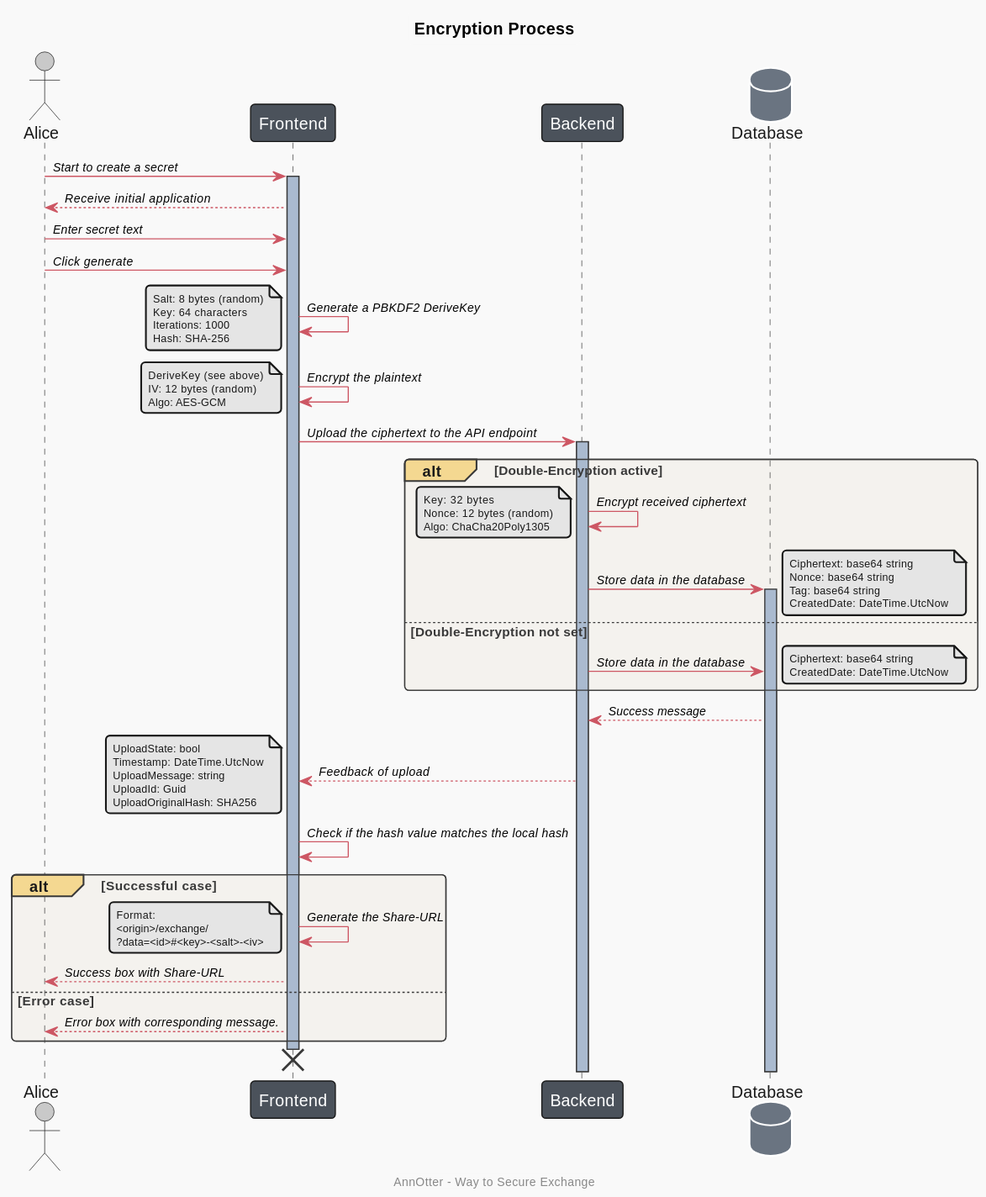
This is docs/plantuml/export/howto_encryption_sequence.svg from daniiiol/AnnOtter.WayToSecureExchange, a PlantUML export, as it was before one commit. Its diagram source:
```plantuml
@startuml

!include theme/annotter-theme.puml

title "Encryption Process"
footer "AnnOtter - Way to Secure Exchange"

actor Alice
participant Frontend
participant Backend
database Database

Alice -> Frontend : Start to create a secret
activate Frontend
Frontend --> Alice : Receive initial application

Alice -> Frontend : Enter secret text

Alice -> Frontend : Click generate

Frontend -> Frontend : Generate a PBKDF2 DeriveKey
note left
  Salt: 8 bytes (random)
  Key: 64 characters
  Iterations: 1000
  Hash: SHA-256
end note

Frontend -> Frontend : Encrypt the plaintext
note left
  DeriveKey (see above)
  IV: 12 bytes (random)
  Algo: AES-GCM
end note

Frontend -> Backend : Upload the ciphertext to the API endpoint
activate Backend

    alt Double-Encryption active
        Backend -> Backend : Encrypt received ciphertext
            note left
            Key: 32 bytes
            Nonce: 12 bytes (random)
            Algo: ChaCha20Poly1305
            end note
        Backend -> Database : Store data in the database
        activate Database
            note right
            Ciphertext: base64 string
            Nonce: base64 string
            Tag: base64 string
            CreatedDate: DateTime.UtcNow
            end note
    else Double-Encryption not set
        Backend -> Database : Store data in the database
            note right
            Ciphertext: base64 string
            CreatedDate: DateTime.UtcNow
            end note
    end

    Database --> Backend : Success message

    Backend --> Frontend : Feedback of upload
        note left
        UploadState: bool
        Timestamp: DateTime.UtcNow
        UploadMessage: string
        UploadId: Guid
        UploadOriginalHash: SHA256
        end note

Frontend -> Frontend : Check if the hash value matches the local hash

    alt Successful case
        Frontend -> Frontend : Generate the Share-URL
            note left
            Format:
            <origin>/exchange/
            ?data=<id>#<key>-<salt>-<iv>
            end note
        Frontend --> Alice : Success box with Share-URL
    else Error case
        Frontend --> Alice: Error box with corresponding message.
    end

destroy Frontend

@enduml
```
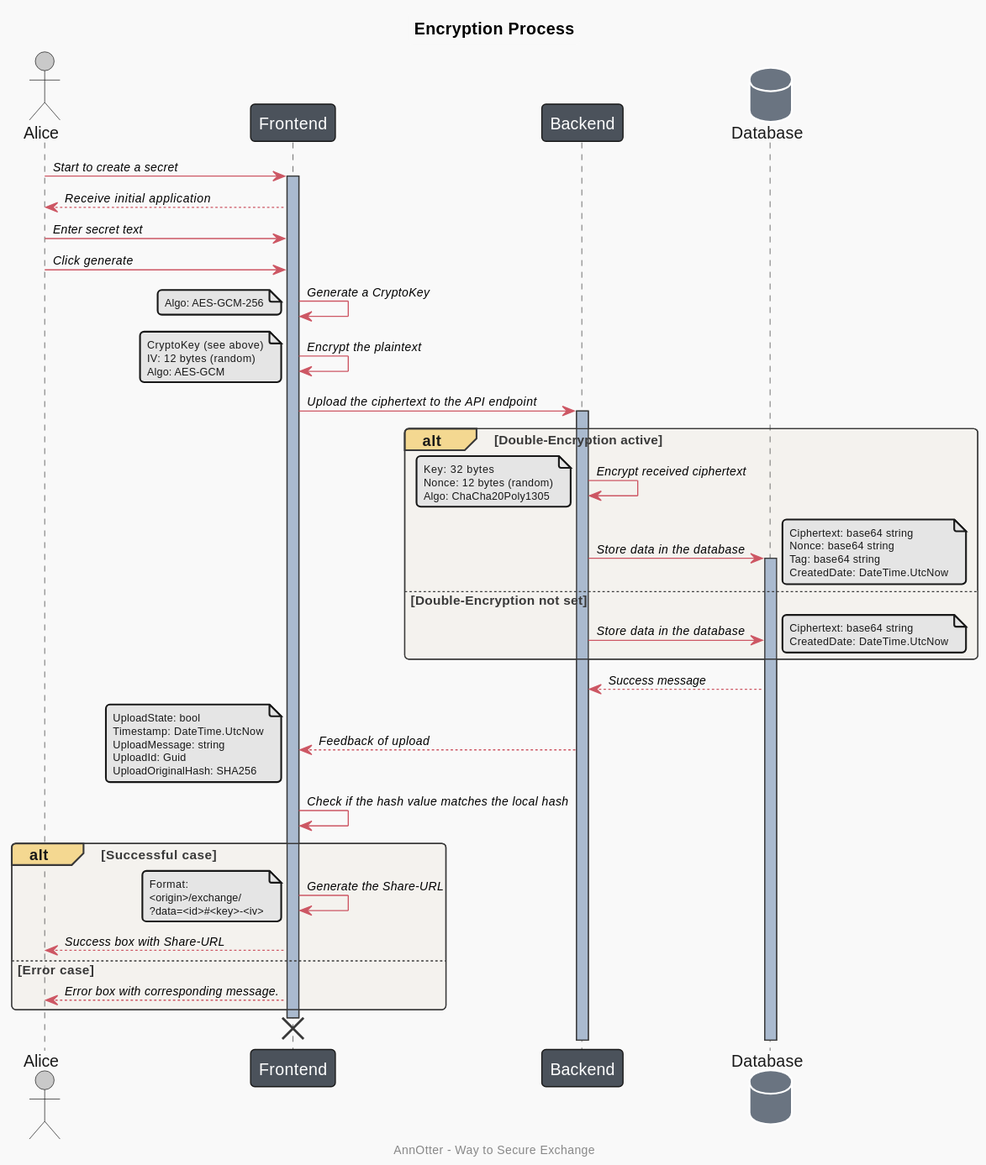
The same diagram one commit later.

Diff of the diagram source:
```diff
@@ -18,17 +18,14 @@
 
 Alice -> Frontend : Click generate
 
-Frontend -> Frontend : Generate a PBKDF2 DeriveKey
+Frontend -> Frontend : Generate a CryptoKey
 note left
-  Salt: 8 bytes (random)
-  Key: 64 characters
-  Iterations: 1000
-  Hash: SHA-256
+  Algo: AES-GCM-256
 end note
 
 Frontend -> Frontend : Encrypt the plaintext
 note left
-  DeriveKey (see above)
+  CryptoKey (see above)
   IV: 12 bytes (random)
   Algo: AES-GCM
 end note
@@ -77,7 +74,7 @@
             note left
             Format:
             <origin>/exchange/
-            ?data=<id>#<key>-<salt>-<iv>
+            ?data=<id>#<key>-<iv>
             end note
         Frontend --> Alice : Success box with Share-URL
     else Error case
```
